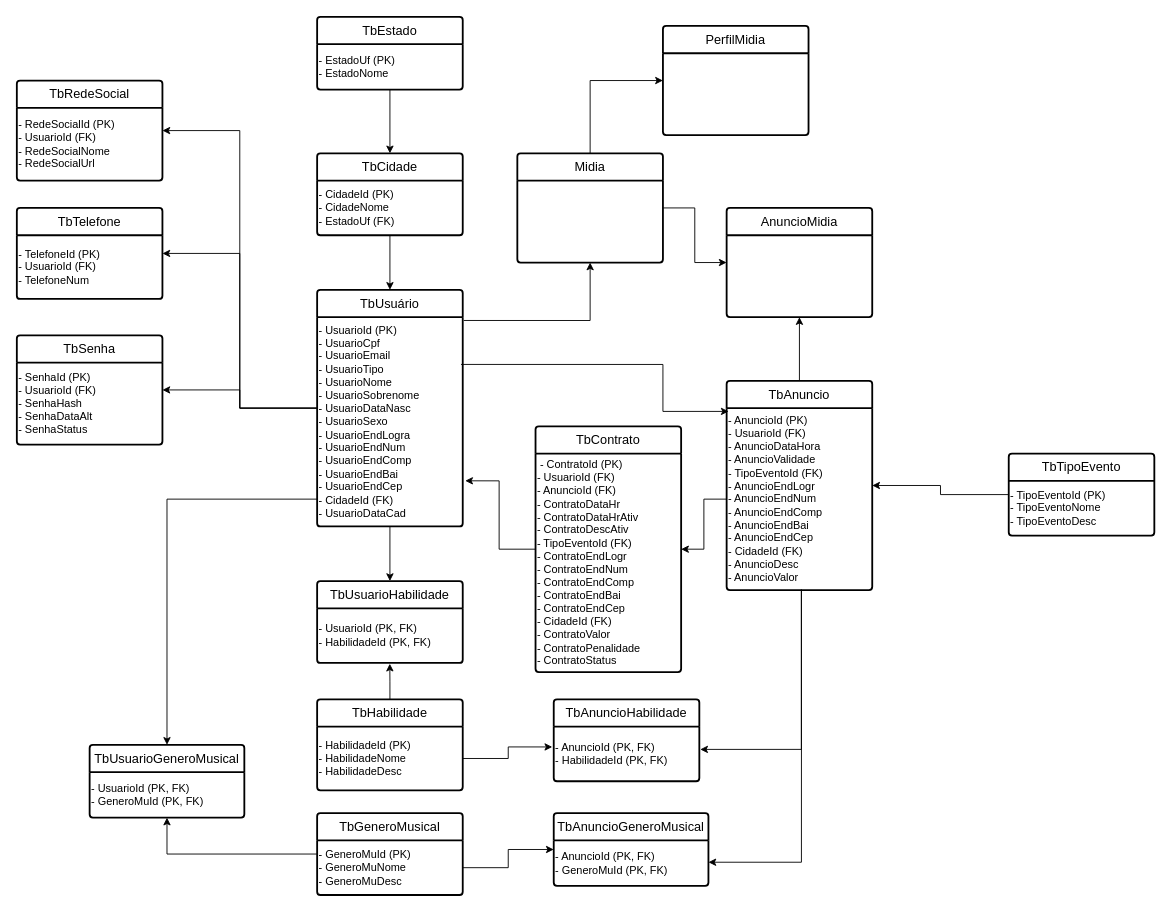
This is docs/MER.drawio from MusiConnect-com/MusiConnect, a draw.io file, before an edit. Source tidied: cells renumbered, new cells numbered last; positions are measured from the earlier drawing's top-left corner, leaving out a move shared by most shapes. Both pictures are drawn from the tidied source at 91%, with x=0, y=0 at pixel (16, 16).
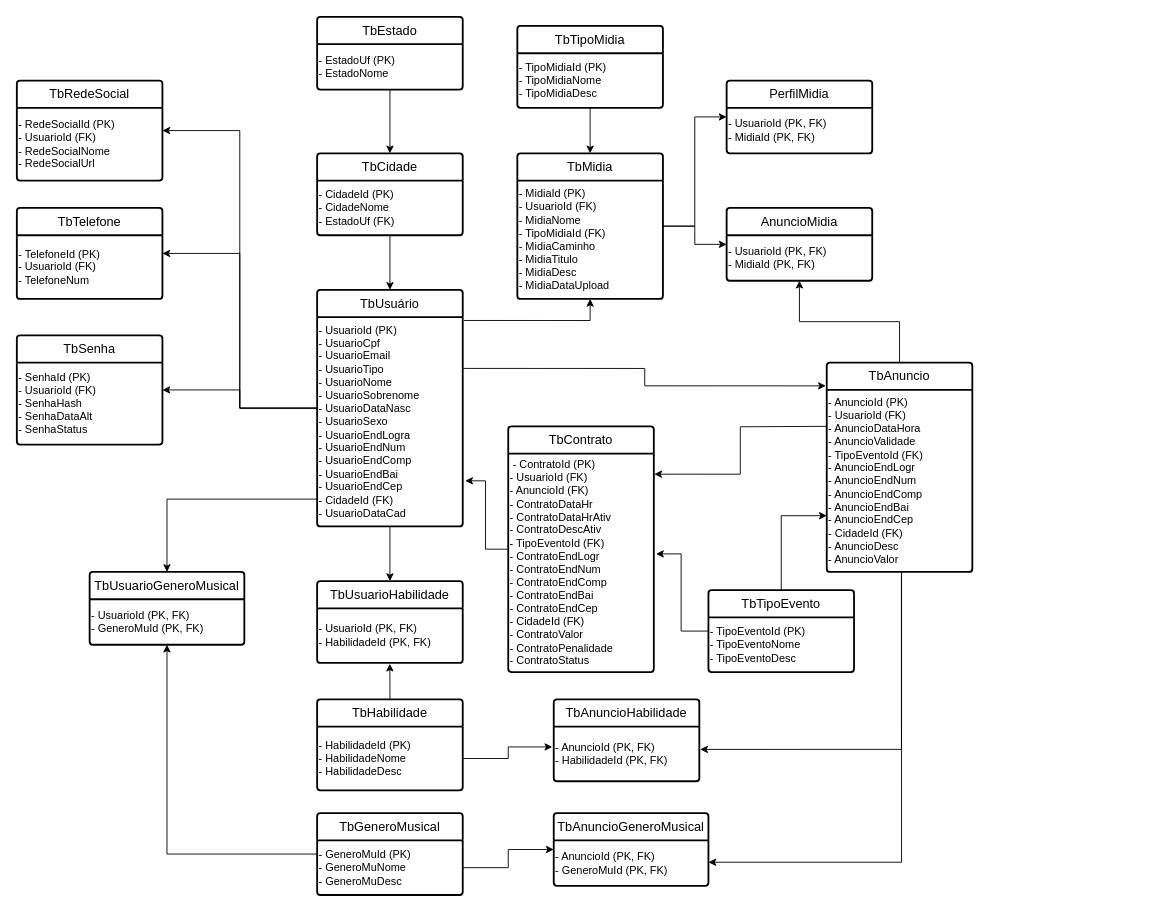
The same diagram, later.

Unchanged cells that the change refers to:
```xml
<mxCell id="7" value="- UsuarioId (PK)&lt;div&gt;- UsuarioCpf&amp;nbsp;&lt;/div&gt;&lt;div&gt;- UsuarioEmail&lt;/div&gt;&lt;div&gt;- UsuarioTipo&lt;/div&gt;&lt;div&gt;- UsuarioNome&lt;/div&gt;&lt;div&gt;- UsuarioSobrenome&lt;/div&gt;&lt;div&gt;- UsuarioDataNasc&lt;/div&gt;&lt;div&gt;- UsuarioSexo&lt;/div&gt;&lt;div&gt;- UsuarioEndLogra&lt;/div&gt;&lt;div&gt;- UsuarioEndNum&lt;/div&gt;&lt;div&gt;- UsuarioEndComp&lt;/div&gt;&lt;div&gt;- UsuarioEndBai&lt;/div&gt;&lt;div&gt;- UsuarioEndCep&lt;/div&gt;&lt;div&gt;- CidadeId (FK)&lt;/div&gt;&lt;div&gt;- UsuarioDataCad&lt;/div&gt;" style="text;html=1;align=left;verticalAlign=middle;points=[];strokeColor=none;fillColor=none;" parent="6" vertex="1">
  <mxGeometry y="30" width="160" height="230" as="geometry" />
</mxCell>
<mxCell id="31" value="- AnuncioId (PK)&lt;div&gt;- UsuarioId (FK)&lt;/div&gt;&lt;div&gt;- AnuncioDataHora&lt;/div&gt;&lt;div&gt;- AnuncioValidade&lt;/div&gt;&lt;div&gt;- TipoEventoId (FK)&lt;/div&gt;&lt;div&gt;- AnuncioEndLogr&lt;/div&gt;&lt;div&gt;- AnuncioEndNum&lt;/div&gt;&lt;div&gt;- AnuncioEndComp&lt;/div&gt;&lt;div&gt;- AnuncioEndBai&lt;/div&gt;&lt;div&gt;- AnuncioEndCep&lt;/div&gt;&lt;div&gt;- CidadeId (FK)&lt;/div&gt;&lt;div&gt;- AnuncioDesc&lt;/div&gt;&lt;div&gt;- AnuncioValor&lt;/div&gt;" style="text;html=1;align=left;verticalAlign=middle;points=[];strokeColor=none;fillColor=none;" parent="30" vertex="1">
  <mxGeometry y="30" width="160" height="200" as="geometry" />
</mxCell>
<mxCell id="46" value="&amp;nbsp;- ContratoId (PK)&lt;div&gt;- UsuarioId (FK)&lt;/div&gt;&lt;div&gt;- AnuncioId (FK)&lt;/div&gt;&lt;div&gt;- ContratoDataHr&lt;/div&gt;&lt;div&gt;- ContratoDataHrAtiv&lt;/div&gt;&lt;div&gt;- ContratoDescAtiv&lt;/div&gt;&lt;div&gt;- TipoEventoId (FK)&lt;/div&gt;&lt;div&gt;- ContratoEndLogr&lt;/div&gt;&lt;div&gt;- ContratoEndNum&lt;/div&gt;&lt;div&gt;- ContratoEndComp&lt;/div&gt;&lt;div&gt;- ContratoEndBai&lt;/div&gt;&lt;div&gt;- ContratoEndCep&lt;/div&gt;&lt;div&gt;- CidadeId (FK)&lt;/div&gt;&lt;div&gt;- ContratoValor&lt;/div&gt;&lt;div&gt;- ContratoPenalidade&lt;/div&gt;&lt;div&gt;- ContratoStatus&lt;/div&gt;" style="text;html=1;align=left;verticalAlign=middle;points=[];strokeColor=none;fillColor=none;" parent="45" vertex="1">
  <mxGeometry y="30" width="160" height="240" as="geometry" />
</mxCell>
```

Change to the diagram source:
```diff
@@
     <mxCell id="24" value="TbUsuarioGeneroMusical" style="swimlane;horizontal=1;startSize=30;rounded=1;fontSize=14;fontStyle=0;strokeWidth=2;shadow=0;dashed=0;align=center;arcSize=4;whiteSpace=wrap;html=1;" parent="1" vertex="1">
-      <mxGeometry x="80" y="800" width="170" height="80" as="geometry" />
+      <mxGeometry x="80" y="610" width="170" height="80" as="geometry" />
     </mxCell>
@@
     <mxCell id="30" value="TbAnuncio" style="swimlane;horizontal=1;startSize=30;rounded=1;fontSize=14;fontStyle=0;strokeWidth=2;shadow=0;dashed=0;align=center;arcSize=4;whiteSpace=wrap;html=1;" parent="1" vertex="1">
-      <mxGeometry x="780" y="400" width="160" height="230" as="geometry" />
+      <mxGeometry x="890" y="380" width="160" height="230" as="geometry" />
     </mxCell>
@@
-    <mxCell id="32" style="edgeStyle=orthogonalEdgeStyle;rounded=0;jettySize=auto;html=1;entryX=1;entryY=0.5;entryDx=0;entryDy=0;" parent="1" edge="1" source="33" target="30">
-      <mxGeometry relative="1" as="geometry" />
-    </mxCell>
     <mxCell id="33" value="TbTipoEvento" style="swimlane;horizontal=1;startSize=30;rounded=1;fontSize=14;fontStyle=0;strokeWidth=2;shadow=0;dashed=0;align=center;arcSize=4;whiteSpace=wrap;html=1;" parent="1" vertex="1">
-      <mxGeometry x="1090" y="480" width="160" height="90" as="geometry" />
+      <mxGeometry x="760" y="630" width="160" height="90" as="geometry" />
     </mxCell>
@@
-    <mxCell id="37" value="Midia" style="swimlane;horizontal=1;startSize=30;rounded=1;fontSize=14;fontStyle=0;strokeWidth=2;shadow=0;dashed=0;align=center;arcSize=4;whiteSpace=wrap;html=1;" parent="1" vertex="1">
-      <mxGeometry x="550" y="150" width="160" height="120" as="geometry" />
+    <mxCell id="37" value="TbMidia" style="swimlane;horizontal=1;startSize=30;rounded=1;fontSize=14;fontStyle=0;strokeWidth=2;shadow=0;dashed=0;align=center;arcSize=4;whiteSpace=wrap;html=1;" parent="1" vertex="1">
+      <mxGeometry x="550" y="150" width="160" height="160" as="geometry" />
     </mxCell>
+    <mxCell id="56" value="- MidiaId (PK)&lt;div&gt;- UsuarioId (FK)&lt;br&gt;&lt;div&gt;- MidiaNome&lt;/div&gt;&lt;div&gt;- TipoMidiaId (FK)&lt;/div&gt;&lt;div&gt;- MidiaCaminho&lt;/div&gt;&lt;div&gt;- MidiaTitulo&lt;/div&gt;&lt;div&gt;- MidiaDesc&lt;/div&gt;&lt;div&gt;- MidiaDataUpload&lt;/div&gt;&lt;/div&gt;" style="text;html=1;align=left;verticalAlign=middle;strokeColor=none;fillColor=none;" parent="37" vertex="1">
+      <mxGeometry y="30" width="160" height="130" as="geometry" />
+    </mxCell>
     <mxCell id="38" value="PerfilMidia" style="swimlane;horizontal=1;startSize=30;rounded=1;fontSize=14;fontStyle=0;strokeWidth=2;shadow=0;dashed=0;align=center;arcSize=4;whiteSpace=wrap;html=1;" parent="1" vertex="1">
-      <mxGeometry x="710" y="10" width="160" height="120" as="geometry" />
+      <mxGeometry x="780" y="70" width="160" height="80" as="geometry" />
     </mxCell>
+    <mxCell id="57" value="- UsuarioId (PK, FK)&lt;div&gt;- MidiaId (PK, FK)&lt;/div&gt;" style="text;html=1;align=left;verticalAlign=middle;strokeColor=none;fillColor=none;" parent="38" vertex="1">
+      <mxGeometry y="30" width="160" height="50" as="geometry" />
+    </mxCell>
     <mxCell id="39" value="AnuncioMidia" style="swimlane;horizontal=1;startSize=30;rounded=1;fontSize=14;fontStyle=0;strokeWidth=2;shadow=0;dashed=0;align=center;arcSize=4;whiteSpace=wrap;html=1;" parent="1" vertex="1">
-      <mxGeometry x="780" y="210" width="160" height="120" as="geometry" />
+      <mxGeometry x="780" y="210" width="160" height="80" as="geometry" />
     </mxCell>
+    <mxCell id="58" value="- UsuarioId (PK, FK)&lt;div&gt;- MidiaId (PK, FK)&lt;/div&gt;" style="text;html=1;align=left;verticalAlign=middle;strokeColor=none;fillColor=none;" parent="39" vertex="1">
+      <mxGeometry y="30" width="160" height="50" as="geometry" />
+    </mxCell>
@@
     <mxCell id="45" value="TbContrato" style="swimlane;horizontal=1;startSize=30;rounded=1;fontSize=14;fontStyle=0;strokeWidth=2;shadow=0;dashed=0;align=center;arcSize=4;whiteSpace=wrap;html=1;" parent="1" vertex="1">
-      <mxGeometry x="570" y="450" width="160" height="270" as="geometry" />
+      <mxGeometry x="540" y="450" width="160" height="270" as="geometry" />
     </mxCell>
@@
-    <mxCell id="48" style="edgeStyle=orthogonalEdgeStyle;rounded=0;jettySize=auto;html=1;entryX=1;entryY=0.5;entryDx=0;entryDy=0;" parent="1" edge="1" source="31" target="45">
-      <mxGeometry relative="1" as="geometry" />
+    <mxCell id="48" style="edgeStyle=orthogonalEdgeStyle;rounded=0;jettySize=auto;html=1;entryX=1.003;entryY=0.094;entryDx=0;entryDy=0;entryPerimeter=0;" parent="1" edge="1" target="46">
+      <mxGeometry relative="1" as="geometry">
+        <mxPoint x="890" y="450" as="sourcePoint" />
+      </mxGeometry>
     </mxCell>
@@
-    <mxCell id="54" style="edgeStyle=orthogonalEdgeStyle;rounded=0;jettySize=auto;html=1;entryX=0.014;entryY=0.018;entryDx=0;entryDy=0;entryPerimeter=0;exitX=0.988;exitY=0.226;exitDx=0;exitDy=0;exitPerimeter=0;" parent="1" edge="1" source="7" target="31">
-      <mxGeometry relative="1" as="geometry">
-        <Array as="points">
-          <mxPoint x="710" y="382" />
-          <mxPoint x="710" y="434" />
-        </Array>
-      </mxGeometry>
-    </mxCell>
@@
+    <mxCell id="59" style="edgeStyle=orthogonalEdgeStyle;rounded=0;jettySize=auto;html=1;" parent="1" edge="1" source="60" target="37">
+      <mxGeometry relative="1" as="geometry" />
+    </mxCell>
+    <mxCell id="60" value="TbTipoMidia" style="swimlane;horizontal=1;startSize=30;rounded=1;fontSize=14;fontStyle=0;strokeWidth=2;shadow=0;dashed=0;align=center;arcSize=4;whiteSpace=wrap;html=1;" parent="1" vertex="1">
+      <mxGeometry x="550" y="10" width="160" height="90" as="geometry" />
+    </mxCell>
+    <mxCell id="61" value="- TipoMidiaId (PK)&lt;div&gt;- TipoMidiaNome&lt;/div&gt;&lt;div&gt;- TipoMidiaDesc&lt;/div&gt;" style="text;html=1;align=left;verticalAlign=middle;strokeColor=none;fillColor=none;" parent="60" vertex="1">
+      <mxGeometry y="30" width="160" height="60" as="geometry" />
+    </mxCell>
+    <mxCell id="62" style="edgeStyle=orthogonalEdgeStyle;rounded=0;jettySize=auto;html=1;entryX=-0.006;entryY=0.111;entryDx=0;entryDy=0;entryPerimeter=0;exitX=1;exitY=0.245;exitDx=0;exitDy=0;exitPerimeter=0;" parent="1" edge="1" source="7" target="30">
+      <mxGeometry relative="1" as="geometry" />
+    </mxCell>
+    <mxCell id="63" style="edgeStyle=orthogonalEdgeStyle;rounded=0;jettySize=auto;html=1;entryX=0;entryY=0.691;entryDx=0;entryDy=0;entryPerimeter=0;" parent="1" edge="1" source="33" target="31">
+      <mxGeometry relative="1" as="geometry" />
+    </mxCell>
+    <mxCell id="64" style="edgeStyle=orthogonalEdgeStyle;rounded=0;jettySize=auto;html=1;entryX=1.015;entryY=0.459;entryDx=0;entryDy=0;entryPerimeter=0;" parent="1" edge="1" source="33" target="46">
+      <mxGeometry relative="1" as="geometry" />
+    </mxCell>
```
